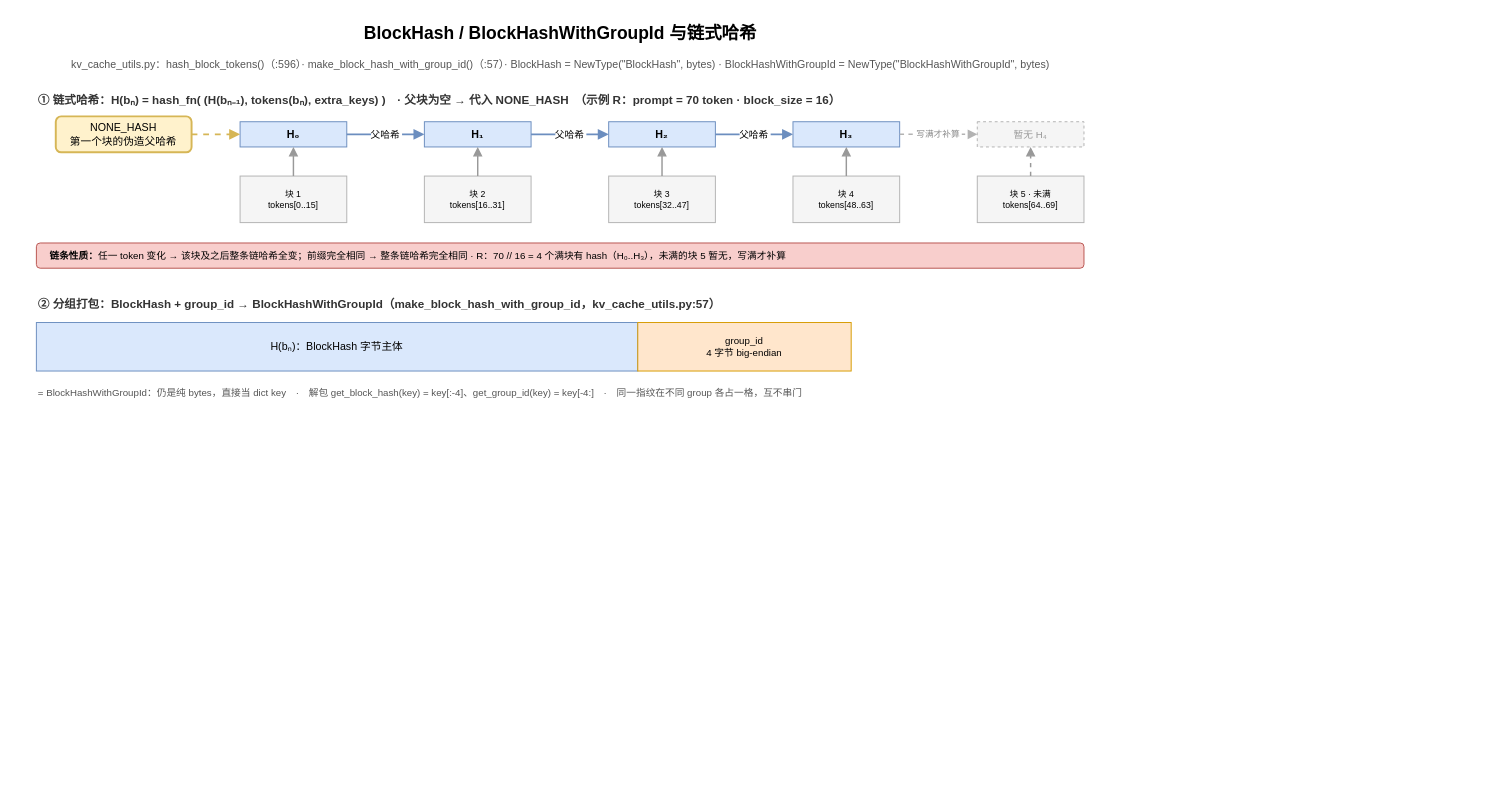
Before: page "BlockHash 与链式哈希" (9 of 15) of vllm/v1/core/kvcache_draw_ppt_v2/kvcache_type.drawio in GoCHug/vllm, a draw.io diagram. Source tidied: cells renumbered, new cells numbered last; positions are measured from the earlier drawing's top-left corner, leaving out a move shared by most shapes. Both pictures are drawn from the tidied source at 97%, with x=0, y=0 at pixel (36, 16).
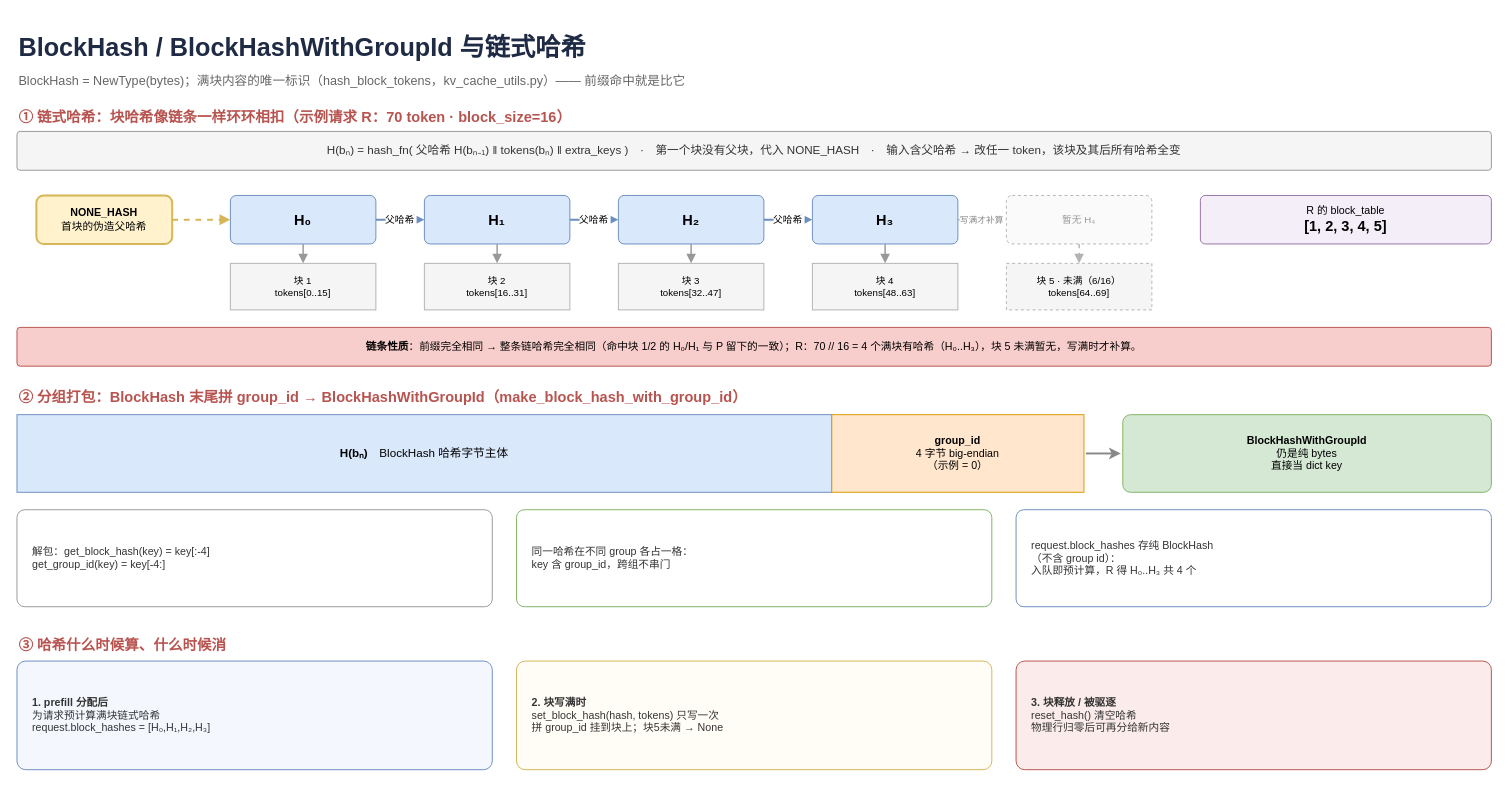
Above is the later version.

The edit, as a diff of the source:
```diff
@@
-    <mxCell id="2" value="BlockHash / BlockHashWithGroupId 与链式哈希" style="text;html=1;fontSize=18;fontStyle=1;align=center;" parent="1" vertex="1">
-      <mxGeometry width="1080" height="30" as="geometry" />
+    <mxCell id="2" value="BlockHash / BlockHashWithGroupId 与链式哈希" style="text;html=1;whiteSpace=wrap;fontSize=26;fontColor=#1F2A44;align=left;fontStyle=1;" parent="1" vertex="1">
+      <mxGeometry x="-20" y="10" width="1520" height="40" as="geometry" />
     </mxCell>
-    <mxCell id="3" value="kv_cache_utils.py：hash_block_tokens()（:596）· make_block_hash_with_group_id()（:57）· BlockHash = NewType(&quot;BlockHash&quot;, bytes) · BlockHashWithGroupId = NewType(&quot;BlockHashWithGroupId&quot;, bytes)" style="text;html=1;fontSize=11;align=center;fontColor=#555555;" parent="1" vertex="1">
-      <mxGeometry y="36" width="1080" height="20" as="geometry" />
-    </mxCell>
-    <mxCell id="4" value="① 链式哈希：H(bₙ) = hash_fn( (H(bₙ₋₁), tokens(bₙ), extra_keys) )　· 父块为空 → 代入 NONE_HASH　（示例 R：prompt = 70 token · block_size = 16）" style="text;html=1;fontSize=12;fontStyle=1;fontColor=#333333;align=left;" parent="1" vertex="1">
-      <mxGeometry y="72" width="1080" height="22" as="geometry" />
-    </mxCell>
+    <mxCell id="31" value="BlockHash = NewType(bytes)；满块内容的唯一标识（hash_block_tokens，kv_cache_utils.py）—— 前缀命中就是比它" style="text;html=1;whiteSpace=wrap;fontSize=13;fontColor=#666666;align=left;" parent="1" vertex="1">
+      <mxGeometry x="-20" y="52" width="1520" height="24" as="geometry" />
+    </mxCell>
+    <mxCell id="32" value="① 链式哈希：块哈希像链条一样环环相扣（示例请求 R：70 token · block_size=16）" style="text;html=1;whiteSpace=wrap;fontSize=15;fontColor=#B85450;align=left;fontStyle=1;" parent="1" vertex="1">
+      <mxGeometry x="-20" y="88" width="1520" height="24" as="geometry" />
+    </mxCell>
+    <mxCell id="33" value="H(bₙ) = hash_fn( 父哈希 H(bₙ₋₁) ‖ tokens(bₙ) ‖ extra_keys )　·　第一个块没有父块，代入 NONE_HASH　·　输入含父哈希 → 改任一 token，该块及其后所有哈希全变" style="rounded=1;arcSize=8;whiteSpace=wrap;html=1;align=center;verticalAlign=middle;fontSize=12;fontColor=#333333;fillColor=#f5f5f5;strokeColor=#999999;" parent="1" vertex="1">
+      <mxGeometry x="-20" y="118" width="1520" height="40" as="geometry" />
+    </mxCell>
-    <mxCell id="5" value="NONE_HASH&lt;br&gt;第一个块的伪造父哈希" style="rounded=1;whiteSpace=wrap;html=1;fillColor=#fff2cc;strokeColor=#d6b656;strokeWidth=2;fontSize=11;" parent="1" vertex="1">
-      <mxGeometry x="20" y="102.5" width="140" height="37" as="geometry" />
+    <mxCell id="5" value="&lt;b&gt;NONE_HASH&lt;/b&gt;&lt;br&gt;首块的伪造父哈希" style="rounded=1;whiteSpace=wrap;html=1;fillColor=#fff2cc;strokeColor=#d6b656;strokeWidth=2;fontSize=11;" parent="1" vertex="1">
+      <mxGeometry y="184" width="140" height="50" as="geometry" />
     </mxCell>
-    <mxCell id="6" value="H₀" style="rounded=0;whiteSpace=wrap;html=1;fillColor=#dae8fc;strokeColor=#6c8ebf;fontSize=11;fontStyle=1;" parent="1" vertex="1">
-      <mxGeometry x="210" y="108" width="110" height="26" as="geometry" />
+    <mxCell id="6" value="&lt;b style=&quot;font-size:15px&quot;&gt;H₀&lt;/b&gt;" style="rounded=1;arcSize=12;whiteSpace=wrap;html=1;fillColor=#dae8fc;strokeColor=#6c8ebf;fontSize=11;fontStyle=1;" parent="1" vertex="1">
+      <mxGeometry x="200" y="184" width="150" height="50" as="geometry" />
     </mxCell>
-    <mxCell id="7" value="H₁" style="rounded=0;whiteSpace=wrap;html=1;fillColor=#dae8fc;strokeColor=#6c8ebf;fontSize=11;fontStyle=1;" parent="1" vertex="1">
-      <mxGeometry x="400" y="108" width="110" height="26" as="geometry" />
+    <mxCell id="7" value="&lt;b style=&quot;font-size:15px&quot;&gt;H₁&lt;/b&gt;" style="rounded=1;arcSize=12;whiteSpace=wrap;html=1;fillColor=#dae8fc;strokeColor=#6c8ebf;fontSize=11;fontStyle=1;" parent="1" vertex="1">
+      <mxGeometry x="400" y="184" width="150" height="50" as="geometry" />
     </mxCell>
-    <mxCell id="8" value="H₂" style="rounded=0;whiteSpace=wrap;html=1;fillColor=#dae8fc;strokeColor=#6c8ebf;fontSize=11;fontStyle=1;" parent="1" vertex="1">
-      <mxGeometry x="590" y="108" width="110" height="26" as="geometry" />
+    <mxCell id="8" value="&lt;b style=&quot;font-size:15px&quot;&gt;H₂&lt;/b&gt;" style="rounded=1;arcSize=12;whiteSpace=wrap;html=1;fillColor=#dae8fc;strokeColor=#6c8ebf;fontSize=11;fontStyle=1;" parent="1" vertex="1">
+      <mxGeometry x="600" y="184" width="150" height="50" as="geometry" />
     </mxCell>
-    <mxCell id="9" value="H₃" style="rounded=0;whiteSpace=wrap;html=1;fillColor=#dae8fc;strokeColor=#6c8ebf;fontSize=11;fontStyle=1;" parent="1" vertex="1">
-      <mxGeometry x="780" y="108" width="110" height="26" as="geometry" />
+    <mxCell id="9" value="&lt;b style=&quot;font-size:15px&quot;&gt;H₃&lt;/b&gt;" style="rounded=1;arcSize=12;whiteSpace=wrap;html=1;fillColor=#dae8fc;strokeColor=#6c8ebf;fontSize=11;fontStyle=1;" parent="1" vertex="1">
+      <mxGeometry x="800" y="184" width="150" height="50" as="geometry" />
     </mxCell>
-    <mxCell id="10" value="暂无 H₄" style="rounded=0;whiteSpace=wrap;html=1;fillColor=#f5f5f5;strokeColor=#b3b3b3;dashed=1;fontSize=10;fontColor=#999999;" parent="1" vertex="1">
-      <mxGeometry x="970" y="108" width="110" height="26" as="geometry" />
+    <mxCell id="10" value="&lt;font color=&quot;#999&quot;&gt;暂无 H₄&lt;/font&gt;" style="rounded=1;arcSize=12;whiteSpace=wrap;html=1;fillColor=#fafafa;strokeColor=#b3b3b3;dashed=1;fontSize=10;" parent="1" vertex="1">
+      <mxGeometry x="1000" y="184" width="150" height="50" as="geometry" />
     </mxCell>
+    <mxCell id="34" value="R 的 block_table&lt;br&gt;&lt;b style=&quot;font-size:15px&quot;&gt;[1, 2, 3, 4, 5]&lt;/b&gt;" style="rounded=1;arcSize=10;whiteSpace=wrap;html=1;fillColor=#f3eef8;strokeColor=#9673a6;fontSize=11;" parent="1" vertex="1">
+      <mxGeometry x="1200" y="184" width="300" height="50" as="geometry" />
+    </mxCell>
-    <mxCell id="11" value="块 1&lt;br&gt;tokens[0..15]" style="rounded=0;whiteSpace=wrap;html=1;fillColor=#f5f5f5;strokeColor=#b3b3b3;fontSize=9;" parent="1" vertex="1">
-      <mxGeometry x="210" y="164" width="110" height="48" as="geometry" />
+    <mxCell id="11" value="块 1&lt;br&gt;tokens[0..15]" style="rounded=0;whiteSpace=wrap;html=1;fillColor=#f5f5f5;strokeColor=#b3b3b3;fontSize=10;" parent="1" vertex="1">
+      <mxGeometry x="200" y="254" width="150" height="48" as="geometry" />
     </mxCell>
-    <mxCell id="12" value="块 2&lt;br&gt;tokens[16..31]" style="rounded=0;whiteSpace=wrap;html=1;fillColor=#f5f5f5;strokeColor=#b3b3b3;fontSize=9;" parent="1" vertex="1">
-      <mxGeometry x="400" y="164" width="110" height="48" as="geometry" />
+    <mxCell id="12" value="块 2&lt;br&gt;tokens[16..31]" style="rounded=0;whiteSpace=wrap;html=1;fillColor=#f5f5f5;strokeColor=#b3b3b3;fontSize=10;" parent="1" vertex="1">
+      <mxGeometry x="400" y="254" width="150" height="48" as="geometry" />
     </mxCell>
-    <mxCell id="13" value="块 3&lt;br&gt;tokens[32..47]" style="rounded=0;whiteSpace=wrap;html=1;fillColor=#f5f5f5;strokeColor=#b3b3b3;fontSize=9;" parent="1" vertex="1">
-      <mxGeometry x="590" y="164" width="110" height="48" as="geometry" />
+    <mxCell id="13" value="块 3&lt;br&gt;tokens[32..47]" style="rounded=0;whiteSpace=wrap;html=1;fillColor=#f5f5f5;strokeColor=#b3b3b3;fontSize=10;" parent="1" vertex="1">
+      <mxGeometry x="600" y="254" width="150" height="48" as="geometry" />
     </mxCell>
-    <mxCell id="14" value="块 4&lt;br&gt;tokens[48..63]" style="rounded=0;whiteSpace=wrap;html=1;fillColor=#f5f5f5;strokeColor=#b3b3b3;fontSize=9;" parent="1" vertex="1">
-      <mxGeometry x="780" y="164" width="110" height="48" as="geometry" />
+    <mxCell id="14" value="块 4&lt;br&gt;tokens[48..63]" style="rounded=0;whiteSpace=wrap;html=1;fillColor=#f5f5f5;strokeColor=#b3b3b3;fontSize=10;" parent="1" vertex="1">
+      <mxGeometry x="800" y="254" width="150" height="48" as="geometry" />
     </mxCell>
-    <mxCell id="15" value="块 5 · 未满&#10;tokens[64..69]" style="rounded=0;whiteSpace=wrap;html=1;fillColor=#f5f5f5;strokeColor=#b3b3b3;fontSize=9;" parent="1" vertex="1">
-      <mxGeometry x="970" y="164" width="110" height="48" as="geometry" />
+    <mxCell id="15" value="块 5 · 未满（6/16）&lt;br&gt;tokens[64..69]" style="rounded=0;whiteSpace=wrap;html=1;fillColor=#f5f5f5;strokeColor=#b3b3b3;fontSize=10;dashed=1;" parent="1" vertex="1">
+      <mxGeometry x="1000" y="254" width="150" height="48" as="geometry" />
     </mxCell>
-    <mxCell id="16" value="&lt;b&gt;链条性质：&lt;/b&gt;任一 token 变化 → 该块及之后整条链哈希全变；前缀完全相同 → 整条链哈希完全相同 · R：70 // 16 = 4 个满块有 hash（H₀..H₃），未满的块 5 暂无，写满才补算" style="rounded=1;whiteSpace=wrap;html=1;fillColor=#f8cecc;strokeColor=#b85450;verticalAlign=middle;align=left;spacingLeft=12;spacingRight=10;fontSize=10;" parent="1" vertex="1">
-      <mxGeometry y="233" width="1080" height="26" as="geometry" />
-    </mxCell>
-    <mxCell id="17" value="② 分组打包：BlockHash + group_id → BlockHashWithGroupId（make_block_hash_with_group_id，kv_cache_utils.py:57）" style="text;html=1;fontSize=12;fontStyle=1;fontColor=#333333;align=left;" parent="1" vertex="1">
-      <mxGeometry y="283" width="1080" height="22" as="geometry" />
-    </mxCell>
-    <mxCell id="18" value="H(bₙ)：BlockHash 字节主体" style="rounded=0;whiteSpace=wrap;html=1;fillColor=#dae8fc;strokeColor=#6c8ebf;fontSize=11;" parent="1" vertex="1">
-      <mxGeometry y="315" width="620" height="50" as="geometry" />
-    </mxCell>
-    <mxCell id="19" value="group_id&#10;4 字节 big-endian" style="rounded=0;whiteSpace=wrap;html=1;fillColor=#ffe6cc;strokeColor=#d79b00;fontSize=10;" parent="1" vertex="1">
-      <mxGeometry x="620" y="315" width="220" height="50" as="geometry" />
-    </mxCell>
-    <mxCell id="20" value="= BlockHashWithGroupId：仍是纯 bytes，直接当 dict key　·　解包 get_block_hash(key) = key[:-4]、get_group_id(key) = key[-4:]　·　同一指纹在不同 group 各占一格，互不串门" style="text;html=1;fontSize=10;align=left;fontColor=#555555;" parent="1" vertex="1">
-      <mxGeometry y="375" width="1080" height="22" as="geometry" />
-    </mxCell>
-    <mxCell id="21" style="edgeStyle=orthogonalEdgeStyle;strokeColor=#d6b656;strokeWidth=2;endArrow=block;dashed=1;exitX=1;exitY=0.5;exitDx=0;exitDy=0;entryX=0;entryY=0.5;entryDx=0;entryDy=0;" parent="1" edge="1" source="5" target="6">
+    <mxCell id="21" style="edgeStyle=orthogonalEdgeStyle;strokeColor=#d6b656;strokeWidth=2;endArrow=block;endFill=1;dashed=1;exitX=1;exitY=0.5;exitDx=0;exitDy=0;entryX=0;entryY=0.5;entryDx=0;entryDy=0;" parent="1" edge="1" source="5" target="6">
       <mxGeometry relative="1" as="geometry" />
     </mxCell>
-    <mxCell id="22" value="父哈希" style="edgeStyle=orthogonalEdgeStyle;strokeColor=#6c8ebf;strokeWidth=2;endArrow=block;exitX=1;exitY=0.5;exitDx=0;exitDy=0;entryX=0;entryY=0.5;entryDx=0;entryDy=0;fontSize=10;labelBackgroundColor=#ffffff;" parent="1" edge="1" source="6" target="7">
+    <mxCell id="22" value="父哈希" style="edgeStyle=orthogonalEdgeStyle;strokeColor=#6c8ebf;strokeWidth=2;endArrow=block;endFill=1;exitX=1;exitY=0.5;exitDx=0;exitDy=0;entryX=0;entryY=0.5;entryDx=0;entryDy=0;fontSize=10;labelBackgroundColor=#ffffff;" parent="1" edge="1" source="6" target="7">
       <mxGeometry relative="1" as="geometry" />
     </mxCell>
-    <mxCell id="23" value="父哈希" style="edgeStyle=orthogonalEdgeStyle;strokeColor=#6c8ebf;strokeWidth=2;endArrow=block;exitX=1;exitY=0.5;exitDx=0;exitDy=0;entryX=0;entryY=0.5;entryDx=0;entryDy=0;fontSize=10;labelBackgroundColor=#ffffff;" parent="1" edge="1" source="7" target="8">
+    <mxCell id="23" value="父哈希" style="edgeStyle=orthogonalEdgeStyle;strokeColor=#6c8ebf;strokeWidth=2;endArrow=block;endFill=1;exitX=1;exitY=0.5;exitDx=0;exitDy=0;entryX=0;entryY=0.5;entryDx=0;entryDy=0;fontSize=10;labelBackgroundColor=#ffffff;" parent="1" edge="1" source="7" target="8">
       <mxGeometry relative="1" as="geometry" />
     </mxCell>
-    <mxCell id="24" value="父哈希" style="edgeStyle=orthogonalEdgeStyle;strokeColor=#6c8ebf;strokeWidth=2;endArrow=block;exitX=1;exitY=0.5;exitDx=0;exitDy=0;entryX=0;entryY=0.5;entryDx=0;entryDy=0;fontSize=10;labelBackgroundColor=#ffffff;" parent="1" edge="1" source="8" target="9">
+    <mxCell id="24" value="父哈希" style="edgeStyle=orthogonalEdgeStyle;strokeColor=#6c8ebf;strokeWidth=2;endArrow=block;endFill=1;exitX=1;exitY=0.5;exitDx=0;exitDy=0;entryX=0;entryY=0.5;entryDx=0;entryDy=0;fontSize=10;labelBackgroundColor=#ffffff;" parent="1" edge="1" source="8" target="9">
       <mxGeometry relative="1" as="geometry" />
     </mxCell>
-    <mxCell id="25" value="写满才补算" style="edgeStyle=orthogonalEdgeStyle;strokeColor=#b3b3b3;strokeWidth=1.5;endArrow=block;dashed=1;exitX=1;exitY=0.5;exitDx=0;exitDy=0;entryX=0;entryY=0.5;entryDx=0;entryDy=0;fontSize=9;labelBackgroundColor=#ffffff;fontColor=#888888;" parent="1" edge="1" source="9" target="10">
+    <mxCell id="25" value="写满才补算" style="edgeStyle=orthogonalEdgeStyle;strokeColor=#b3b3b3;strokeWidth=1.5;endArrow=block;endFill=1;dashed=1;exitX=1;exitY=0.5;exitDx=0;exitDy=0;entryX=0;entryY=0.5;entryDx=0;entryDy=0;fontSize=9;labelBackgroundColor=#ffffff;fontColor=#888888;" parent="1" edge="1" source="9" target="10">
       <mxGeometry relative="1" as="geometry" />
     </mxCell>
-    <mxCell id="26" style="edgeStyle=orthogonalEdgeStyle;strokeColor=#999999;strokeWidth=1.5;endArrow=block;exitX=0.5;exitY=0;exitDx=0;exitDy=0;entryX=0.5;entryY=1;entryDx=0;entryDy=0;" parent="1" edge="1" source="11" target="6">
+    <mxCell id="26" style="edgeStyle=orthogonalEdgeStyle;strokeColor=#999999;strokeWidth=1.5;endArrow=block;endFill=1;exitX=0.5;exitY=1;exitDx=0;exitDy=0;entryX=0.5;entryY=0;entryDx=0;entryDy=0;" parent="1" edge="1" source="6" target="11">
       <mxGeometry relative="1" as="geometry" />
     </mxCell>
-    <mxCell id="27" style="edgeStyle=orthogonalEdgeStyle;strokeColor=#999999;strokeWidth=1.5;endArrow=block;exitX=0.5;exitY=0;exitDx=0;exitDy=0;entryX=0.5;entryY=1;entryDx=0;entryDy=0;" parent="1" edge="1" source="12" target="7">
+    <mxCell id="27" style="edgeStyle=orthogonalEdgeStyle;strokeColor=#999999;strokeWidth=1.5;endArrow=block;endFill=1;exitX=0.5;exitY=1;exitDx=0;exitDy=0;entryX=0.5;entryY=0;entryDx=0;entryDy=0;" parent="1" edge="1" source="7" target="12">
       <mxGeometry relative="1" as="geometry" />
     </mxCell>
-    <mxCell id="28" style="edgeStyle=orthogonalEdgeStyle;strokeColor=#999999;strokeWidth=1.5;endArrow=block;exitX=0.5;exitY=0;exitDx=0;exitDy=0;entryX=0.5;entryY=1;entryDx=0;entryDy=0;" parent="1" edge="1" source="13" target="8">
+    <mxCell id="28" style="edgeStyle=orthogonalEdgeStyle;strokeColor=#999999;strokeWidth=1.5;endArrow=block;endFill=1;exitX=0.5;exitY=1;exitDx=0;exitDy=0;entryX=0.5;entryY=0;entryDx=0;entryDy=0;" parent="1" edge="1" source="8" target="13">
       <mxGeometry relative="1" as="geometry" />
     </mxCell>
-    <mxCell id="29" style="edgeStyle=orthogonalEdgeStyle;strokeColor=#999999;strokeWidth=1.5;endArrow=block;exitX=0.5;exitY=0;exitDx=0;exitDy=0;entryX=0.5;entryY=1;entryDx=0;entryDy=0;" parent="1" edge="1" source="14" target="9">
+    <mxCell id="29" style="edgeStyle=orthogonalEdgeStyle;strokeColor=#999999;strokeWidth=1.5;endArrow=block;endFill=1;exitX=0.5;exitY=1;exitDx=0;exitDy=0;entryX=0.5;entryY=0;entryDx=0;entryDy=0;" parent="1" edge="1" source="9" target="14">
       <mxGeometry relative="1" as="geometry" />
     </mxCell>
-    <mxCell id="30" style="edgeStyle=orthogonalEdgeStyle;strokeColor=#999999;strokeWidth=1.5;endArrow=block;dashed=1;exitX=0.5;exitY=0;exitDx=0;exitDy=0;entryX=0.5;entryY=1;entryDx=0;entryDy=0;" parent="1" edge="1" source="15" target="10">
+    <mxCell id="30" style="edgeStyle=orthogonalEdgeStyle;strokeColor=#b3b3b3;strokeWidth=1.5;endArrow=block;endFill=1;dashed=1;exitX=0.5;exitY=1;exitDx=0;exitDy=0;entryX=0.5;entryY=0;entryDx=0;entryDy=0;" parent="1" edge="1" source="10" target="15">
       <mxGeometry relative="1" as="geometry" />
     </mxCell>
+    <mxCell id="16" value="&lt;b&gt;链条性质&lt;/b&gt;：前缀完全相同 → 整条链哈希完全相同（命中块 1/2 的 H₀/H₁ 与 P 留下的一致）；R：70 // 16 = 4 个满块有哈希（H₀..H₃），块 5 未满暂无，写满时才补算。" style="rounded=1;arcSize=8;whiteSpace=wrap;html=1;fillColor=#f8cecc;strokeColor=#b85450;verticalAlign=middle;align=center;fontSize=11;" parent="1" vertex="1">
+      <mxGeometry x="-20" y="320" width="1520" height="40" as="geometry" />
+    </mxCell>
+    <mxCell id="17" value="② 分组打包：BlockHash 末尾拼 group_id → BlockHashWithGroupId（make_block_hash_with_group_id）" style="text;html=1;whiteSpace=wrap;fontSize=15;fontColor=#B85450;align=left;fontStyle=1;" parent="1" vertex="1">
+      <mxGeometry x="-20" y="376" width="1520" height="24" as="geometry" />
+    </mxCell>
+    <mxCell id="18" value="&lt;b&gt;H(bₙ)&lt;/b&gt;　BlockHash 哈希字节主体" style="rounded=0;whiteSpace=wrap;html=1;fillColor=#dae8fc;strokeColor=#6c8ebf;fontSize=12;" parent="1" vertex="1">
+      <mxGeometry x="-20" y="410" width="840" height="80" as="geometry" />
+    </mxCell>
+    <mxCell id="19" value="&lt;b&gt;group_id&lt;/b&gt;&lt;br&gt;4 字节 big-endian&lt;br&gt;（示例 = 0）" style="rounded=0;whiteSpace=wrap;html=1;fillColor=#ffe6cc;strokeColor=#d79b00;fontSize=11;" parent="1" vertex="1">
+      <mxGeometry x="820" y="410" width="260" height="80" as="geometry" />
+    </mxCell>
+    <mxCell id="35" style="endArrow=classic;html=1;strokeColor=#888888;strokeWidth=2;endFill=1;" parent="1" edge="1">
+      <mxGeometry relative="1" as="geometry">
+        <mxPoint x="1082" y="450" as="sourcePoint" />
+        <mxPoint x="1118" y="450" as="targetPoint" />
+      </mxGeometry>
+    </mxCell>
+    <mxCell id="36" value="&lt;b&gt;BlockHashWithGroupId&lt;/b&gt;&lt;br&gt;仍是纯 bytes&lt;br&gt;直接当 dict key" style="rounded=1;arcSize=10;whiteSpace=wrap;html=1;fillColor=#d5e8d4;strokeColor=#82b366;fontSize=11;" parent="1" vertex="1">
+      <mxGeometry x="1120" y="410" width="380" height="80" as="geometry" />
+    </mxCell>
+    <mxCell id="37" value="解包：get_block_hash(key) = key[:-4]&lt;br&gt;get_group_id(key) = key[-4:]" style="rounded=1;arcSize=8;whiteSpace=wrap;html=1;align=left;verticalAlign=middle;spacingLeft=14;spacingRight=12;fontSize=11;fontColor=#333333;fillColor=#ffffff;strokeColor=#999999;" parent="1" vertex="1">
+      <mxGeometry x="-20" y="508" width="490" height="100" as="geometry" />
+    </mxCell>
+    <mxCell id="38" value="同一哈希在不同 group 各占一格：&lt;br&gt;key 含 group_id，跨组不串门" style="rounded=1;arcSize=8;whiteSpace=wrap;html=1;align=left;verticalAlign=middle;spacingLeft=14;spacingRight=12;fontSize=11;fontColor=#333333;fillColor=#ffffff;strokeColor=#82b366;" parent="1" vertex="1">
+      <mxGeometry x="495" y="508" width="490" height="100" as="geometry" />
+    </mxCell>
+    <mxCell id="39" value="request.block_hashes 存纯 BlockHash&lt;br&gt;（不含 group id）：&lt;br&gt;入队即预计算，R 得 H₀..H₃ 共 4 个" style="rounded=1;arcSize=8;whiteSpace=wrap;html=1;align=left;verticalAlign=middle;spacingLeft=14;spacingRight=12;fontSize=11;fontColor=#333333;fillColor=#ffffff;strokeColor=#6c8ebf;" parent="1" vertex="1">
+      <mxGeometry x="1010" y="508" width="490" height="100" as="geometry" />
+    </mxCell>
+    <mxCell id="40" value="③ 哈希什么时候算、什么时候消" style="text;html=1;whiteSpace=wrap;fontSize=15;fontColor=#B85450;align=left;fontStyle=1;" parent="1" vertex="1">
+      <mxGeometry x="-20" y="632" width="1520" height="24" as="geometry" />
+    </mxCell>
+    <mxCell id="41" value="&lt;b&gt;1. prefill 分配后&lt;/b&gt;&lt;br&gt;为请求预计算满块链式哈希&lt;br&gt;request.block_hashes = [H₀,H₁,H₂,H₃]" style="rounded=1;arcSize=8;whiteSpace=wrap;html=1;align=left;verticalAlign=middle;spacingLeft=14;spacingRight=12;fontSize=11;fontColor=#333333;fillColor=#F4F8FE;strokeColor=#6c8ebf;" parent="1" vertex="1">
+      <mxGeometry x="-20" y="664" width="490" height="112" as="geometry" />
+    </mxCell>
+    <mxCell id="42" value="&lt;b&gt;2. 块写满时&lt;/b&gt;&lt;br&gt;set_block_hash(hash, tokens) 只写一次&lt;br&gt;拼 group_id 挂到块上；块5未满 → None" style="rounded=1;arcSize=8;whiteSpace=wrap;html=1;align=left;verticalAlign=middle;spacingLeft=14;spacingRight=12;fontSize=11;fontColor=#333333;fillColor=#fffdf5;strokeColor=#d6b656;" parent="1" vertex="1">
+      <mxGeometry x="495" y="664" width="490" height="112" as="geometry" />
+    </mxCell>
+    <mxCell id="43" value="&lt;b&gt;3. 块释放 / 被驱逐&lt;/b&gt;&lt;br&gt;reset_hash() 清空哈希&lt;br&gt;物理行归零后可再分给新内容" style="rounded=1;arcSize=8;whiteSpace=wrap;html=1;align=left;verticalAlign=middle;spacingLeft=14;spacingRight=12;fontSize=11;fontColor=#333333;fillColor=#fbeceb;strokeColor=#b85450;" parent="1" vertex="1">
+      <mxGeometry x="1010" y="664" width="490" height="112" as="geometry" />
+    </mxCell>
```
